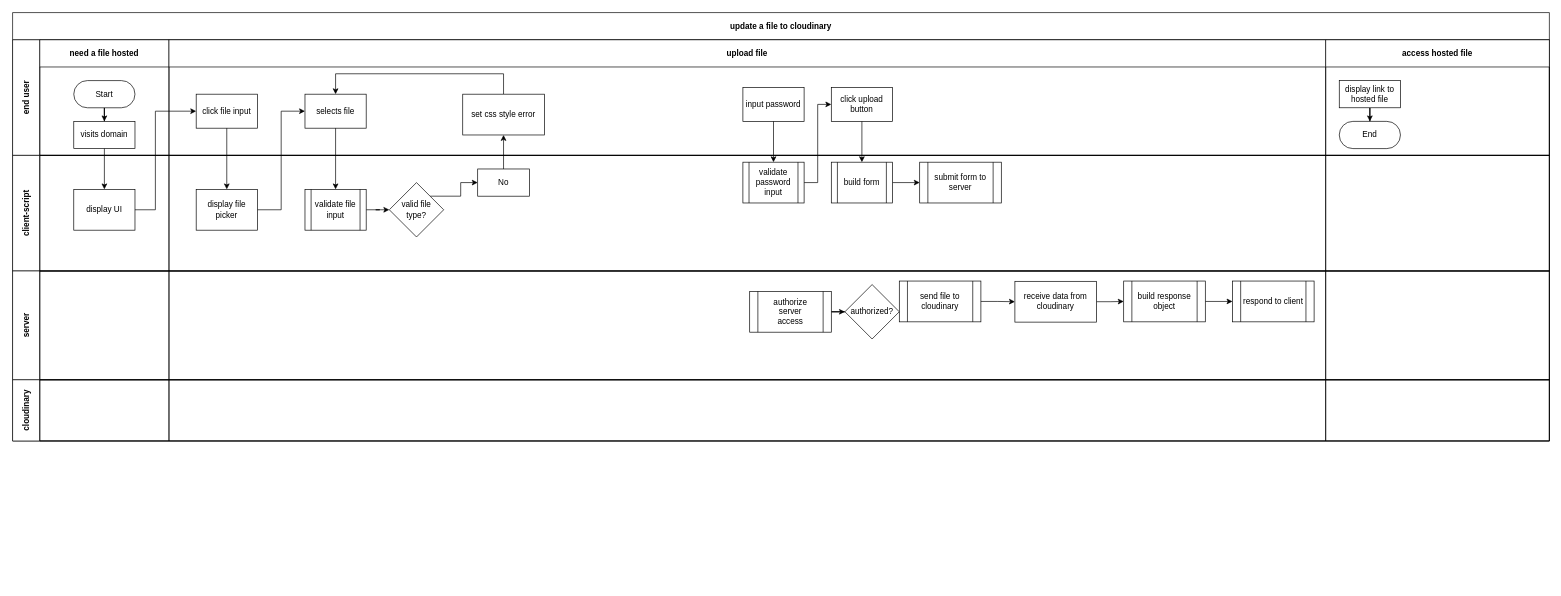
This is process.drawio from samuelfox1/cloudinary-multer-multimedia-uploader, a draw.io file, before an edit. Source tidied: cells renumbered, new cells numbered last; positions are measured from the earlier drawing's top-left corner, leaving out a move shared by most shapes. Both pictures are drawn from the tidied source at 68%, with x=0, y=0 at pixel (12, 12).
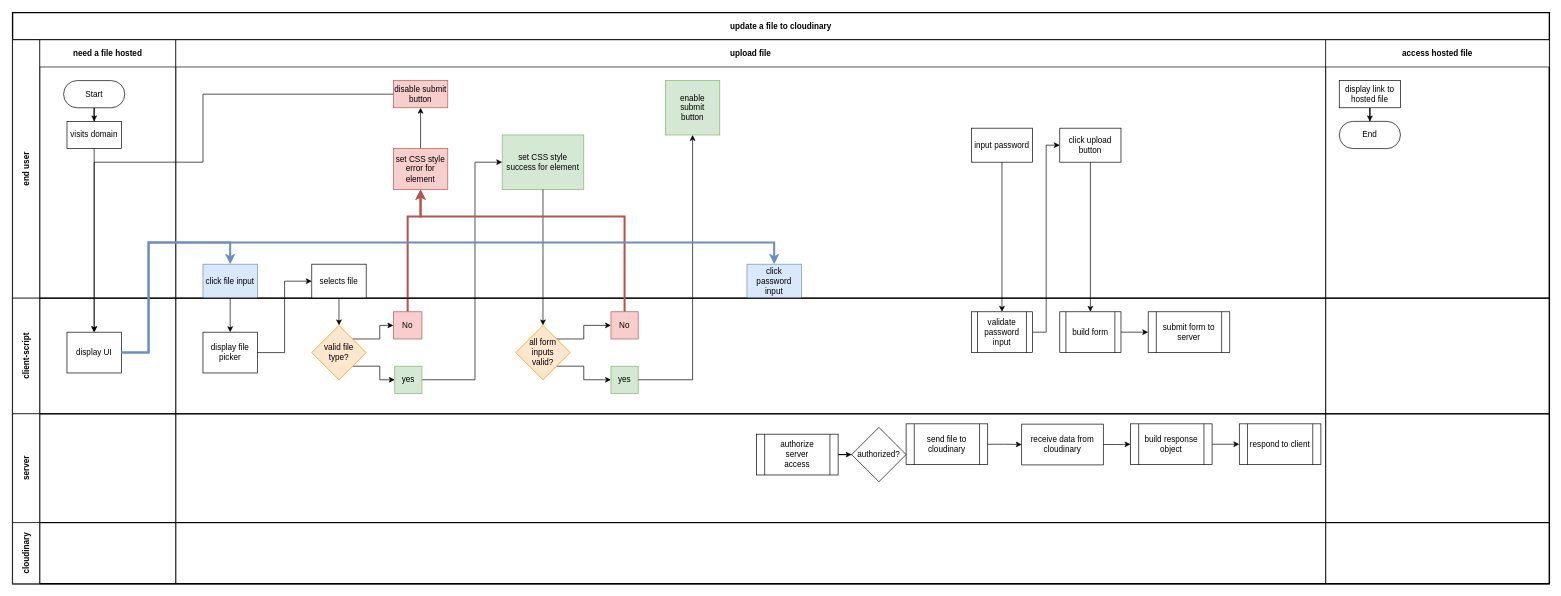
After the change.

Diff of the diagram source:
```diff
@@
-    <mxCell id="2" value="update a file to cloudinary" style="shape=table;childLayout=tableLayout;rowLines=0;columnLines=0;startSize=40;html=1;whiteSpace=wrap;fontStyle=1;" parent="1" vertex="1">
-      <mxGeometry width="2260" height="630" as="geometry" />
+    <mxCell id="2" value="update a file to cloudinary" style="shape=table;childLayout=tableLayout;rowLines=0;columnLines=0;startSize=40;html=1;whiteSpace=wrap;fontStyle=1;strokeWidth=2;" parent="1" vertex="1">
+      <mxGeometry width="2260" height="840" as="geometry" />
     </mxCell>
     <mxCell id="3" value="end user" style="swimlane;horizontal=0;startSize=40;html=1;whiteSpace=wrap;" parent="2" vertex="1">
-      <mxGeometry y="40" width="2260" height="170" as="geometry" />
+      <mxGeometry y="40" width="2260" height="380" as="geometry" />
     </mxCell>
     <mxCell id="4" value="need a file hosted" style="swimlane;startSize=40;html=1;whiteSpace=wrap;" parent="3" vertex="1">
-      <mxGeometry x="40" width="190" height="170" as="geometry" />
+      <mxGeometry x="40" width="200" height="380" as="geometry" />
     </mxCell>
@@
     <mxCell id="6" value="Start" style="rounded=1;whiteSpace=wrap;html=1;arcSize=50;" parent="4" vertex="1">
-      <mxGeometry x="50" y="60" width="90" height="40" as="geometry" />
+      <mxGeometry x="35" y="60" width="90" height="40" as="geometry" />
     </mxCell>
     <mxCell id="7" value="visits domain" style="rounded=0;whiteSpace=wrap;html=1;" parent="4" vertex="1">
-      <mxGeometry x="50" y="120" width="90" height="40" as="geometry" />
+      <mxGeometry x="40" y="120" width="80" height="40" as="geometry" />
     </mxCell>
     <mxCell id="8" value="upload file" style="swimlane;startSize=40;html=1;whiteSpace=wrap;" parent="3" vertex="1">
-      <mxGeometry x="230" width="1701" height="170" as="geometry" />
+      <mxGeometry x="240" width="1691" height="380" as="geometry" />
     </mxCell>
-    <mxCell id="9" value="click file input" style="rounded=0;whiteSpace=wrap;html=1;" parent="8" vertex="1">
-      <mxGeometry x="40" y="80" width="90" height="50" as="geometry" />
+    <mxCell id="9" value="click file input" style="rounded=0;whiteSpace=wrap;html=1;fillColor=#dae8fc;strokeColor=#6c8ebf;" parent="8" vertex="1">
+      <mxGeometry x="40" y="330" width="80" height="50" as="geometry" />
     </mxCell>
     <mxCell id="10" value="selects file" style="rounded=0;whiteSpace=wrap;html=1;" parent="8" vertex="1">
-      <mxGeometry x="200" y="80" width="90" height="50" as="geometry" />
+      <mxGeometry x="200" y="330" width="80" height="50" as="geometry" />
     </mxCell>
     <mxCell id="11" value="input password" style="rounded=0;whiteSpace=wrap;html=1;" parent="8" vertex="1">
-      <mxGeometry x="844" y="70" width="90" height="50" as="geometry" />
+      <mxGeometry x="1170" y="130" width="90" height="50" as="geometry" />
     </mxCell>
     <mxCell id="12" value="click upload button" style="rounded=0;whiteSpace=wrap;html=1;" parent="8" vertex="1">
-      <mxGeometry x="974" y="70" width="90" height="50" as="geometry" />
+      <mxGeometry x="1300" y="130" width="90" height="50" as="geometry" />
     </mxCell>
-    <mxCell id="13" style="edgeStyle=orthogonalEdgeStyle;rounded=0;jettySize=auto;html=1;exitX=0.5;exitY=0;exitDx=0;exitDy=0;entryX=0.5;entryY=0;entryDx=0;entryDy=0;" parent="8" edge="1" source="14" target="10">
-      <mxGeometry relative="1" as="geometry">
-        <Array as="points">
-          <mxPoint x="492" y="50" />
-          <mxPoint x="245" y="50" />
-        </Array>
-      </mxGeometry>
-    </mxCell>
+    <mxCell id="61" style="edgeStyle=orthogonalEdgeStyle;rounded=0;jettySize=auto;html=1;" parent="8" edge="1" source="14" target="63">
+      <mxGeometry relative="1" as="geometry" />
+    </mxCell>
-    <mxCell id="14" value="set css style error" style="whiteSpace=wrap;html=1;" parent="8" vertex="1">
-      <mxGeometry x="432" y="80" width="120" height="60" as="geometry" />
+    <mxCell id="14" value="set CSS style &lt;br&gt;error for element" style="whiteSpace=wrap;html=1;fillColor=#f8cecc;strokeColor=#b85450;" parent="8" vertex="1">
+      <mxGeometry x="320" y="160" width="80" height="60" as="geometry" />
     </mxCell>
+    <mxCell id="62" value="set CSS style&lt;br&gt;success for element" style="whiteSpace=wrap;html=1;fillColor=#d5e8d4;strokeColor=#82b366;" parent="8" vertex="1">
+      <mxGeometry x="480" y="140" width="120" height="80" as="geometry" />
+    </mxCell>
+    <mxCell id="63" value="disable submit&lt;br&gt;button" style="whiteSpace=wrap;html=1;fillColor=#f8cecc;strokeColor=#b85450;" parent="8" vertex="1">
+      <mxGeometry x="320" y="60" width="80" height="40" as="geometry" />
+    </mxCell>
+    <mxCell id="64" value="enable&lt;br&gt;submit&lt;br&gt;button" style="whiteSpace=wrap;html=1;fillColor=#d5e8d4;strokeColor=#82b366;" parent="8" vertex="1">
+      <mxGeometry x="720" y="60" width="80" height="80" as="geometry" />
+    </mxCell>
+    <mxCell id="65" value="click password input" style="rounded=0;whiteSpace=wrap;html=1;fillColor=#dae8fc;strokeColor=#6c8ebf;" parent="8" vertex="1">
+      <mxGeometry x="840" y="330" width="80" height="50" as="geometry" />
+    </mxCell>
     <mxCell id="15" value="access hosted file" style="swimlane;startSize=40;html=1;whiteSpace=wrap;" parent="3" vertex="1">
-      <mxGeometry x="1931" width="329" height="170" as="geometry" />
+      <mxGeometry x="1931" width="329" height="380" as="geometry" />
     </mxCell>
@@
+    <mxCell id="22" style="edgeStyle=orthogonalEdgeStyle;rounded=0;jettySize=auto;html=1;" parent="2" edge="1" source="7" target="28">
+      <mxGeometry relative="1" as="geometry" />
+    </mxCell>
@@
-    <mxCell id="22" style="edgeStyle=orthogonalEdgeStyle;rounded=0;jettySize=auto;html=1;" parent="2" edge="1" source="7" target="28">
-      <mxGeometry relative="1" as="geometry" />
-    </mxCell>
-    <mxCell id="23" style="edgeStyle=orthogonalEdgeStyle;rounded=0;jettySize=auto;html=1;exitX=1;exitY=0.5;exitDx=0;exitDy=0;entryX=0;entryY=0.5;entryDx=0;entryDy=0;" parent="2" edge="1" source="32" target="10">
-      <mxGeometry relative="1" as="geometry" />
-    </mxCell>
-    <mxCell id="24" style="edgeStyle=orthogonalEdgeStyle;rounded=0;jettySize=auto;html=1;exitX=0.5;exitY=1;exitDx=0;exitDy=0;entryX=0.5;entryY=0;entryDx=0;entryDy=0;" parent="2" edge="1" source="9" target="32">
-      <mxGeometry relative="1" as="geometry" />
-    </mxCell>
-    <mxCell id="25" style="edgeStyle=orthogonalEdgeStyle;rounded=0;jettySize=auto;html=1;exitX=0.5;exitY=1;exitDx=0;exitDy=0;entryX=0.5;entryY=0;entryDx=0;entryDy=0;" parent="2" edge="1" source="10" target="31">
-      <mxGeometry relative="1" as="geometry" />
-    </mxCell>
+    <mxCell id="66" style="edgeStyle=orthogonalEdgeStyle;rounded=0;jettySize=auto;html=1;entryX=0;entryY=0.5;entryDx=0;entryDy=0;strokeWidth=1;" parent="2" edge="1" source="69" target="62">
+      <mxGeometry relative="1" as="geometry">
+        <Array as="points">
+          <mxPoint x="680" y="540" />
+          <mxPoint x="680" y="220" />
+        </Array>
+      </mxGeometry>
+    </mxCell>
+    <mxCell id="67" style="edgeStyle=orthogonalEdgeStyle;rounded=0;jettySize=auto;html=1;" parent="2" edge="1" source="62" target="72">
+      <mxGeometry relative="1" as="geometry" />
+    </mxCell>
+    <mxCell id="60" style="edgeStyle=orthogonalEdgeStyle;rounded=0;jettySize=auto;html=1;exitX=0.5;exitY=0;exitDx=0;exitDy=0;entryX=0.5;entryY=1;entryDx=0;entryDy=0;fillColor=#f8cecc;strokeColor=#b85450;strokeWidth=3;" parent="2" edge="1" source="39" target="14">
+      <mxGeometry relative="1" as="geometry">
+        <Array as="points">
+          <mxPoint x="581" y="300" />
+          <mxPoint x="600" y="300" />
+        </Array>
+      </mxGeometry>
+    </mxCell>
     <mxCell id="26" value="client-script" style="swimlane;horizontal=0;startSize=40;html=1;whiteSpace=wrap;" parent="2" vertex="1">
-      <mxGeometry y="210" width="2260" height="170" as="geometry" />
+      <mxGeometry y="420" width="2260" height="170" as="geometry" />
     </mxCell>
     <mxCell id="27" style="swimlane;startSize=0;html=1;whiteSpace=wrap;" parent="26" vertex="1">
-      <mxGeometry x="40" width="190" height="170" as="geometry" />
+      <mxGeometry x="40" width="200" height="170" as="geometry" />
     </mxCell>
     <mxCell id="28" value="display UI" style="rounded=0;whiteSpace=wrap;html=1;" parent="27" vertex="1">
-      <mxGeometry x="50" y="50" width="90" height="60" as="geometry" />
+      <mxGeometry x="40" y="50" width="80" height="60" as="geometry" />
     </mxCell>
     <mxCell id="29" style="swimlane;startSize=0;html=1;whiteSpace=wrap;" parent="26" vertex="1">
-      <mxGeometry x="230" width="1701" height="170" as="geometry" />
+      <mxGeometry x="240" width="1691" height="170" as="geometry" />
     </mxCell>
-    <mxCell id="30" style="edgeStyle=orthogonalEdgeStyle;rounded=0;jettySize=auto;html=1;" parent="29" edge="1" source="31" target="38">
-      <mxGeometry relative="1" as="geometry" />
-    </mxCell>
-    <mxCell id="31" value="validate file&lt;br&gt;input" style="shape=process;whiteSpace=wrap;html=1;backgroundOutline=1;" parent="29" vertex="1">
-      <mxGeometry x="200" y="50" width="90" height="60" as="geometry" />
-    </mxCell>
     <mxCell id="32" value="display file picker" style="rounded=0;whiteSpace=wrap;html=1;shadow=0;glass=0;sketch=0;fillColor=default;gradientColor=none;" parent="29" vertex="1">
-      <mxGeometry x="40" y="50" width="90" height="60" as="geometry" />
+      <mxGeometry x="40" y="50" width="80" height="60" as="geometry" />
     </mxCell>
     <mxCell id="33" value="validate password&lt;br&gt;input" style="shape=process;whiteSpace=wrap;html=1;backgroundOutline=1;" parent="29" vertex="1">
-      <mxGeometry x="844" y="10" width="90" height="60" as="geometry" />
+      <mxGeometry x="1170" y="20" width="90" height="60" as="geometry" />
     </mxCell>
@@
     <mxCell id="35" value="build form" style="shape=process;whiteSpace=wrap;html=1;backgroundOutline=1;rounded=0;shadow=0;glass=0;sketch=0;fillColor=default;gradientColor=none;" parent="29" vertex="1">
-      <mxGeometry x="974" y="10" width="90" height="60" as="geometry" />
+      <mxGeometry x="1300" y="20" width="90" height="60" as="geometry" />
     </mxCell>
     <mxCell id="36" value="submit form to server" style="shape=process;whiteSpace=wrap;html=1;backgroundOutline=1;rounded=0;shadow=0;glass=0;sketch=0;fillColor=default;gradientColor=none;" parent="29" vertex="1">
-      <mxGeometry x="1104" y="10" width="120" height="60" as="geometry" />
+      <mxGeometry x="1430" y="20" width="120" height="60" as="geometry" />
     </mxCell>
     <mxCell id="37" style="edgeStyle=orthogonalEdgeStyle;rounded=0;jettySize=auto;html=1;exitX=1;exitY=0;exitDx=0;exitDy=0;entryX=0;entryY=0.5;entryDx=0;entryDy=0;" parent="29" edge="1" source="38" target="39">
-      <mxGeometry relative="1" as="geometry" />
+      <mxGeometry relative="1" as="geometry">
+        <Array as="points">
+          <mxPoint x="300" y="60" />
+          <mxPoint x="300" y="40" />
+        </Array>
+      </mxGeometry>
     </mxCell>
+    <mxCell id="68" style="edgeStyle=orthogonalEdgeStyle;rounded=0;jettySize=auto;html=1;exitX=1;exitY=1;exitDx=0;exitDy=0;entryX=0;entryY=0.5;entryDx=0;entryDy=0;" parent="29" edge="1" source="38" target="69">
+      <mxGeometry relative="1" as="geometry">
+        <Array as="points">
+          <mxPoint x="300" y="100" />
+          <mxPoint x="300" y="120" />
+        </Array>
+      </mxGeometry>
+    </mxCell>
-    <mxCell id="38" value="valid file &lt;br&gt;type?" style="rhombus;whiteSpace=wrap;html=1;" parent="29" vertex="1">
-      <mxGeometry x="324" y="40" width="80" height="80" as="geometry" />
+    <mxCell id="38" value="valid file &lt;br&gt;type?" style="rhombus;whiteSpace=wrap;html=1;fillColor=#ffe6cc;strokeColor=#d79b00;" parent="29" vertex="1">
+      <mxGeometry x="200" y="40" width="80" height="80" as="geometry" />
     </mxCell>
-    <mxCell id="39" value="No" style="whiteSpace=wrap;html=1;" parent="29" vertex="1">
-      <mxGeometry x="454" y="20" width="76" height="40" as="geometry" />
+    <mxCell id="39" value="No" style="whiteSpace=wrap;html=1;fillColor=#f8cecc;strokeColor=#b85450;" parent="29" vertex="1">
+      <mxGeometry x="320" y="20" width="42" height="40" as="geometry" />
     </mxCell>
+    <mxCell id="69" value="yes" style="whiteSpace=wrap;html=1;fillColor=#d5e8d4;strokeColor=#82b366;" parent="29" vertex="1">
+      <mxGeometry x="322" y="100" width="40" height="40" as="geometry" />
+    </mxCell>
+    <mxCell id="70" style="edgeStyle=orthogonalEdgeStyle;rounded=0;jettySize=auto;html=1;exitX=1;exitY=0;exitDx=0;exitDy=0;entryX=0;entryY=0.5;entryDx=0;entryDy=0;" parent="29" edge="1" source="72" target="73">
+      <mxGeometry relative="1" as="geometry">
+        <Array as="points">
+          <mxPoint x="600" y="60" />
+          <mxPoint x="600" y="40" />
+        </Array>
+      </mxGeometry>
+    </mxCell>
+    <mxCell id="71" style="edgeStyle=orthogonalEdgeStyle;rounded=0;jettySize=auto;html=1;exitX=1;exitY=1;exitDx=0;exitDy=0;entryX=0;entryY=0.5;entryDx=0;entryDy=0;" parent="29" edge="1" source="72" target="74">
+      <mxGeometry relative="1" as="geometry">
+        <Array as="points">
+          <mxPoint x="600" y="100" />
+          <mxPoint x="600" y="120" />
+        </Array>
+      </mxGeometry>
+    </mxCell>
+    <mxCell id="72" value="all form&lt;br&gt;inputs&lt;br&gt;valid?" style="rhombus;whiteSpace=wrap;html=1;fillColor=#ffe6cc;strokeColor=#d79b00;" parent="29" vertex="1">
+      <mxGeometry x="500" y="40" width="80" height="80" as="geometry" />
+    </mxCell>
+    <mxCell id="73" value="No" style="whiteSpace=wrap;html=1;fillColor=#f8cecc;strokeColor=#b85450;" parent="29" vertex="1">
+      <mxGeometry x="640" y="20" width="40" height="40" as="geometry" />
+    </mxCell>
+    <mxCell id="74" value="yes" style="whiteSpace=wrap;html=1;fillColor=#d5e8d4;strokeColor=#82b366;" parent="29" vertex="1">
+      <mxGeometry x="640" y="100" width="40" height="40" as="geometry" />
+    </mxCell>
@@
     <mxCell id="41" value="server" style="swimlane;horizontal=0;startSize=40;html=1;whiteSpace=wrap;swimlaneFillColor=none;gradientColor=none;fillColor=default;" parent="2" vertex="1">
-      <mxGeometry y="380" width="2260" height="160" as="geometry" />
+      <mxGeometry y="590" width="2260" height="160" as="geometry" />
     </mxCell>
     <mxCell id="42" style="swimlane;startSize=0;html=1;whiteSpace=wrap;" parent="41" vertex="1">
-      <mxGeometry x="40" width="190" height="160" as="geometry" />
+      <mxGeometry x="40" width="200" height="160" as="geometry" />
     </mxCell>
     <mxCell id="43" style="swimlane;startSize=0;html=1;whiteSpace=wrap;perimeter=trianglePerimeter;" parent="41" vertex="1">
-      <mxGeometry x="230" width="1701" height="160" as="geometry" />
+      <mxGeometry x="240" width="1691" height="160" as="geometry" />
     </mxCell>
@@
     <mxCell id="55" value="cloudinary" style="swimlane;horizontal=0;startSize=40;html=1;whiteSpace=wrap;swimlaneFillColor=none;gradientColor=none;fillColor=default;" parent="2" vertex="1">
-      <mxGeometry y="540" width="2260" height="90" as="geometry" />
+      <mxGeometry y="750" width="2260" height="90" as="geometry" />
     </mxCell>
     <mxCell id="56" style="swimlane;startSize=0;html=1;whiteSpace=wrap;" parent="55" vertex="1">
-      <mxGeometry x="40" width="190" height="90" as="geometry" />
+      <mxGeometry x="40" width="200" height="90" as="geometry" />
     </mxCell>
     <mxCell id="57" style="swimlane;startSize=0;html=1;whiteSpace=wrap;" parent="55" vertex="1">
-      <mxGeometry x="230" width="1701" height="90" as="geometry" />
+      <mxGeometry x="240" width="1691" height="90" as="geometry" />
     </mxCell>
@@
+    <mxCell id="75" style="edgeStyle=orthogonalEdgeStyle;rounded=0;jettySize=auto;html=1;exitX=0.5;exitY=1;exitDx=0;exitDy=0;entryX=0.5;entryY=0;entryDx=0;entryDy=0;" parent="2" edge="1" source="10" target="38">
+      <mxGeometry relative="1" as="geometry" />
+    </mxCell>
+    <mxCell id="24" style="edgeStyle=orthogonalEdgeStyle;rounded=0;jettySize=auto;html=1;exitX=0.5;exitY=1;exitDx=0;exitDy=0;entryX=0.5;entryY=0;entryDx=0;entryDy=0;" parent="2" edge="1" source="9" target="32">
+      <mxGeometry relative="1" as="geometry" />
+    </mxCell>
+    <mxCell id="76" style="edgeStyle=orthogonalEdgeStyle;rounded=0;jettySize=auto;html=1;exitX=0.5;exitY=0;exitDx=0;exitDy=0;entryX=0.5;entryY=1;entryDx=0;entryDy=0;fillColor=#f8cecc;strokeColor=#b85450;strokeWidth=3;" parent="2" edge="1" source="73" target="14">
+      <mxGeometry relative="1" as="geometry">
+        <Array as="points">
+          <mxPoint x="900" y="300" />
+          <mxPoint x="600" y="300" />
+        </Array>
+      </mxGeometry>
+    </mxCell>
+    <mxCell id="77" style="edgeStyle=orthogonalEdgeStyle;rounded=0;jettySize=auto;html=1;" parent="2" edge="1" source="74" target="64">
+      <mxGeometry relative="1" as="geometry" />
+    </mxCell>
+    <mxCell id="78" style="edgeStyle=orthogonalEdgeStyle;rounded=0;jettySize=auto;html=1;exitX=0;exitY=0.5;exitDx=0;exitDy=0;" parent="2" edge="1" source="63" target="28">
+      <mxGeometry relative="1" as="geometry">
+        <Array as="points">
+          <mxPoint x="280" y="120" />
+          <mxPoint x="280" y="220" />
+          <mxPoint x="120" y="220" />
+        </Array>
+      </mxGeometry>
+    </mxCell>
-    <mxCell id="59" style="edgeStyle=orthogonalEdgeStyle;rounded=0;jettySize=auto;html=1;exitX=1;exitY=0.5;exitDx=0;exitDy=0;entryX=0;entryY=0.5;entryDx=0;entryDy=0;" parent="2" edge="1" source="28" target="9">
+    <mxCell id="59" style="edgeStyle=orthogonalEdgeStyle;rounded=0;jettySize=auto;html=1;exitX=1;exitY=0.5;exitDx=0;exitDy=0;entryX=0.5;entryY=0;entryDx=0;entryDy=0;fillColor=#dae8fc;strokeColor=#6c8ebf;strokeWidth=3;" parent="2" edge="1" source="28" target="9">
       <mxGeometry relative="1" as="geometry">
         <Array as="points">
-          <mxPoint x="210" y="290" />
-          <mxPoint x="210" y="145" />
+          <mxPoint x="200" y="500" />
+          <mxPoint x="200" y="338" />
+          <mxPoint x="320" y="338" />
         </Array>
       </mxGeometry>
     </mxCell>
-    <mxCell id="60" style="edgeStyle=orthogonalEdgeStyle;rounded=0;jettySize=auto;html=1;" parent="2" edge="1" source="39" target="14">
-      <mxGeometry relative="1" as="geometry" />
-    </mxCell>
+    <mxCell id="23" style="edgeStyle=orthogonalEdgeStyle;rounded=0;jettySize=auto;html=1;exitX=1;exitY=0.5;exitDx=0;exitDy=0;entryX=0;entryY=0.5;entryDx=0;entryDy=0;" parent="2" edge="1" source="32" target="10">
+      <mxGeometry relative="1" as="geometry" />
+    </mxCell>
+    <mxCell id="79" style="edgeStyle=orthogonalEdgeStyle;rounded=0;jettySize=auto;html=1;exitX=1;exitY=0.5;exitDx=0;exitDy=0;entryX=0.5;entryY=0;entryDx=0;entryDy=0;fillColor=#dae8fc;strokeColor=#6c8ebf;strokeWidth=3;" parent="2" edge="1" source="28" target="65">
+      <mxGeometry relative="1" as="geometry">
+        <Array as="points">
+          <mxPoint x="200" y="500" />
+          <mxPoint x="200" y="338" />
+          <mxPoint x="1120" y="338" />
+        </Array>
+      </mxGeometry>
+    </mxCell>
```
